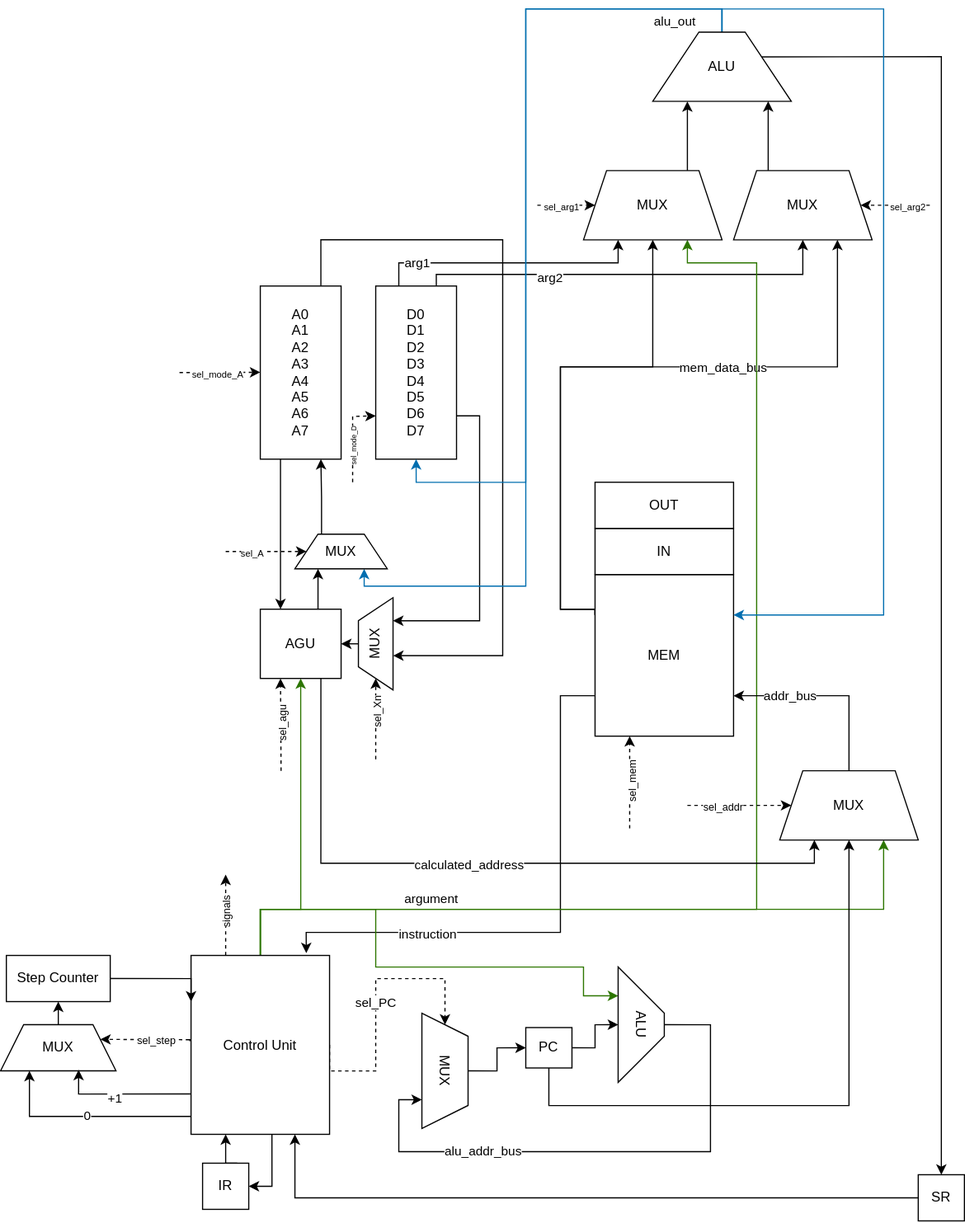
Above: m68k_v1.1.drawio.svg in Anderaf/m68kScheme (draw.io), before the change. Source tidied: cells renumbered, new cells last; positions are measured from the earlier drawing's top-left corner, leaving out a move shared by most shapes.
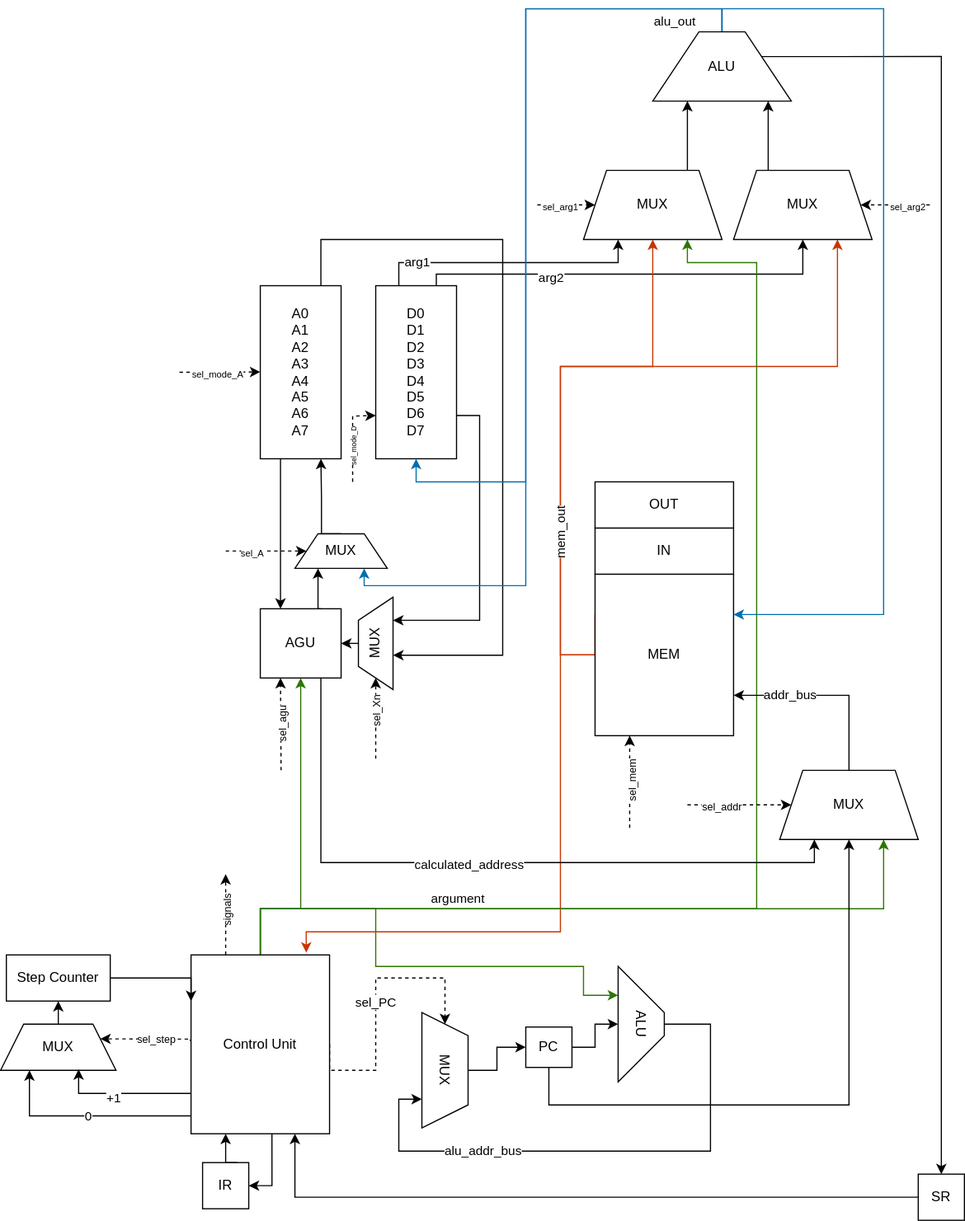
Later version of the same file.

Change to the diagram source:
```diff
@@ -35,41 +35,37 @@
     <mxCell id="7" value="D0&lt;div&gt;D1&lt;/div&gt;&lt;div&gt;D2&lt;/div&gt;&lt;div&gt;D3&lt;/div&gt;&lt;div&gt;D4&lt;/div&gt;&lt;div&gt;D5&lt;/div&gt;&lt;div&gt;D6&lt;/div&gt;&lt;div&gt;D7&lt;/div&gt;" style="rounded=0;whiteSpace=wrap;html=1;" parent="1" vertex="1">
       <mxGeometry x="325" y="240" width="70" height="150" as="geometry" />
     </mxCell>
-    <mxCell id="8" style="edgeStyle=orthogonalEdgeStyle;rounded=0;jettySize=auto;html=1;exitX=0;exitY=0.75;exitDx=0;exitDy=0;entryX=0.832;entryY=-0.013;entryDx=0;entryDy=0;entryPerimeter=0;" parent="1" edge="1" source="13" target="23">
+    <mxCell id="8" style="edgeStyle=orthogonalEdgeStyle;rounded=0;jettySize=auto;html=1;exitX=0;exitY=0.5;exitDx=0;exitDy=0;entryX=0.832;entryY=-0.013;entryDx=0;entryDy=0;entryPerimeter=0;fillColor=#fa6800;strokeColor=#C73500;" parent="1" edge="1" source="13" target="23">
       <mxGeometry x="-0.51" relative="1" as="geometry">
         <Array as="points">
-          <mxPoint x="485" y="595" />
+          <mxPoint x="485" y="560" />
           <mxPoint x="485" y="800" />
           <mxPoint x="265" y="800" />
         </Array>
       </mxGeometry>
     </mxCell>
-    <mxCell id="9" value="instruction" style="edgeLabel;html=1;align=center;verticalAlign=middle;" parent="8" vertex="1">
-      <mxGeometry x="0.48" y="1" relative="1" as="geometry" />
-    </mxCell>
-    <mxCell id="10" style="edgeStyle=orthogonalEdgeStyle;rounded=0;jettySize=auto;html=1;exitX=0;exitY=0.25;exitDx=0;exitDy=0;entryX=0.5;entryY=1;entryDx=0;entryDy=0;" parent="1" edge="1" source="13" target="61">
+    <mxCell id="10" style="edgeStyle=orthogonalEdgeStyle;rounded=0;jettySize=auto;html=1;exitX=0;exitY=0.5;exitDx=0;exitDy=0;entryX=0.5;entryY=1;entryDx=0;entryDy=0;fillColor=#fa6800;strokeColor=#C73500;" parent="1" edge="1" source="13" target="61">
       <mxGeometry relative="1" as="geometry">
         <Array as="points">
-          <mxPoint x="515" y="520" />
-          <mxPoint x="485" y="520" />
+          <mxPoint x="485" y="560" />
           <mxPoint x="485" y="310" />
           <mxPoint x="565" y="310" />
         </Array>
       </mxGeometry>
     </mxCell>
-    <mxCell id="11" style="edgeStyle=orthogonalEdgeStyle;rounded=0;jettySize=auto;html=1;exitX=0;exitY=0.25;exitDx=0;exitDy=0;entryX=0.75;entryY=1;entryDx=0;entryDy=0;jumpStyle=none;" parent="1" edge="1" source="13" target="59">
+    <mxCell id="11" style="edgeStyle=orthogonalEdgeStyle;rounded=0;jettySize=auto;html=1;exitX=0;exitY=0.25;exitDx=0;exitDy=0;entryX=0.75;entryY=1;entryDx=0;entryDy=0;jumpStyle=none;fillColor=#fa6800;strokeColor=#C73500;" parent="1" edge="1" source="13" target="59">
       <mxGeometry relative="1" as="geometry">
         <Array as="points">
-          <mxPoint x="515" y="520" />
-          <mxPoint x="485" y="520" />
+          <mxPoint x="515" y="560" />
+          <mxPoint x="485" y="560" />
           <mxPoint x="485" y="310" />
           <mxPoint x="725" y="310" />
         </Array>
       </mxGeometry>
     </mxCell>
-    <mxCell id="12" value="mem_data_bus" style="edgeLabel;html=1;align=center;verticalAlign=middle;" parent="11" vertex="1">
+    <mxCell id="12" value="mem_out" style="edgeLabel;html=1;align=center;verticalAlign=middle;rotation=-90;fontColor=light-dark(#000000,#FFB366);" parent="11" vertex="1">
       <mxGeometry x="0.33" relative="1" as="geometry">
-        <mxPoint x="-10" as="offset" />
+        <mxPoint x="-126" y="145" as="offset" />
       </mxGeometry>
     </mxCell>
     <mxCell id="13" value="MEM" style="rounded=0;whiteSpace=wrap;html=1;" parent="1" vertex="1">
@@ -113,7 +109,7 @@
     </mxCell>
     <mxCell id="18" value="argument" style="edgeLabel;html=1;align=center;verticalAlign=middle;fontColor=light-dark(#000000,#99FF99);" parent="17" vertex="1">
       <mxGeometry x="0.54" y="2" relative="1" as="geometry">
-        <mxPoint x="-304" y="-8" as="offset" />
+        <mxPoint x="-282" y="-8" as="offset" />
       </mxGeometry>
     </mxCell>
     <mxCell id="19" value="0" style="edgeStyle=orthogonalEdgeStyle;rounded=0;jettySize=auto;html=1;exitX=0.006;exitY=0.9;exitDx=0;exitDy=0;entryX=0.25;entryY=1;entryDx=0;entryDy=0;exitPerimeter=0;" parent="1" edge="1" source="23" target="40">
```
